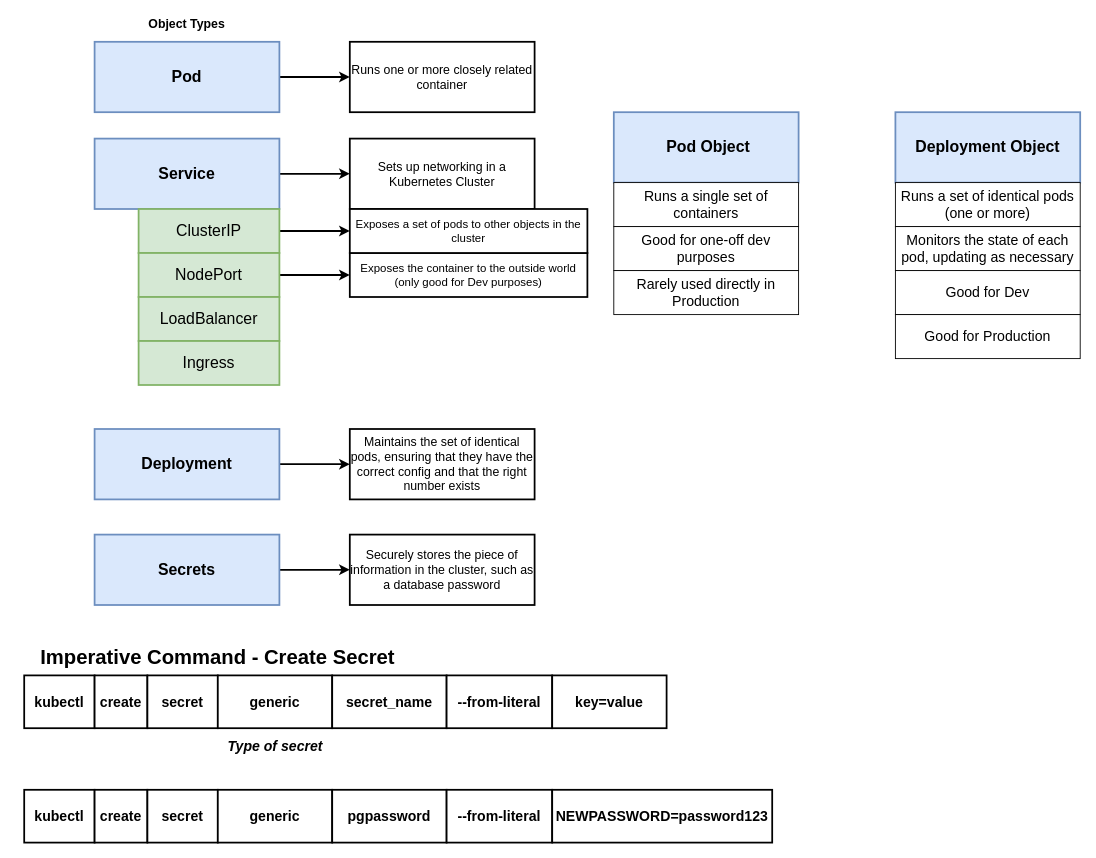
The draw.io diagram page "Pods_Services" (6 of 12) of kubernetes/Kubernetes_Cluster.drawio in micheal08/mylearningdata, before the edit. Source tidied: cells renumbered, new cells numbered last; positions are measured from the earlier drawing's top-left corner, leaving out a move shared by most shapes. Both pictures are drawn from the tidied source at 88%, with x=0, y=0 at pixel (15, 15).
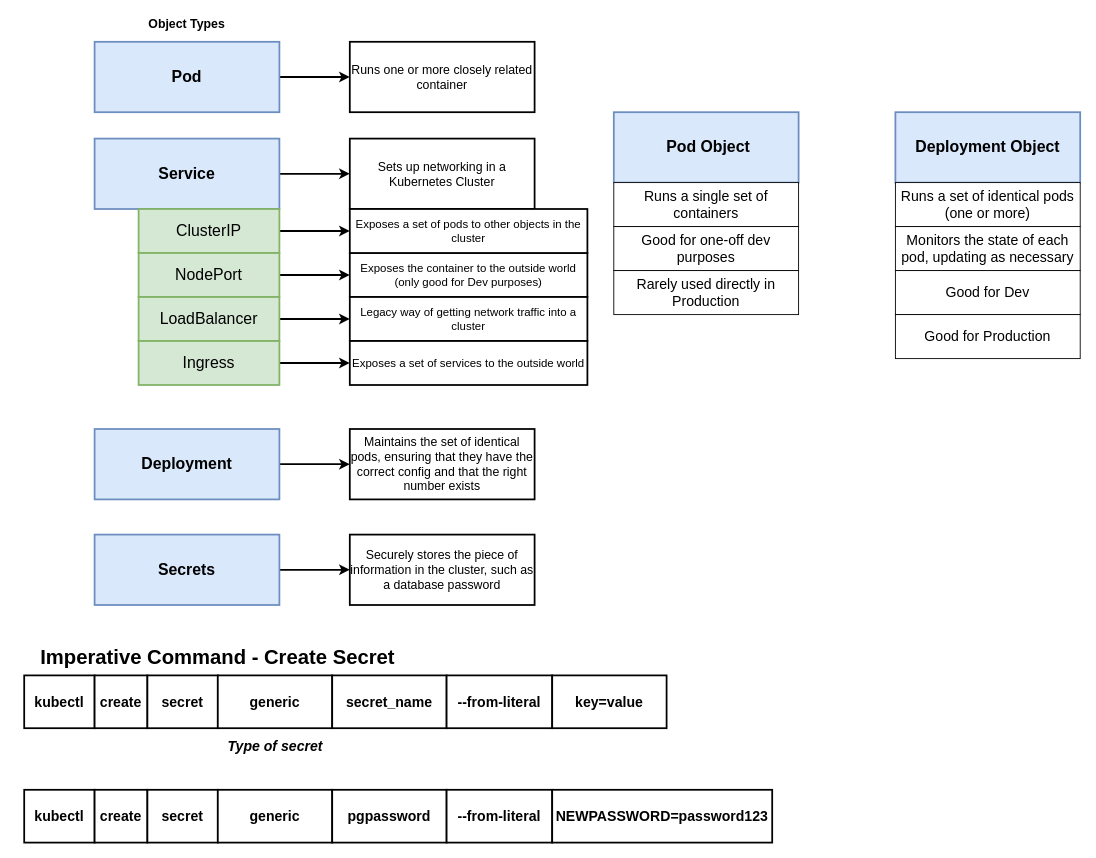
After the change.

Unchanged cells that the change refers to:
```xml
<mxCell id="14" value="LoadBalancer" style="rounded=0;whiteSpace=wrap;html=1;strokeWidth=2;fontSize=18;align=center;fillColor=#d5e8d4;strokeColor=#82b366;" parent="1" vertex="1">
  <mxGeometry x="140" y="320" width="160" height="50" as="geometry" />
</mxCell>
<mxCell id="15" value="Ingress" style="rounded=0;whiteSpace=wrap;html=1;strokeWidth=2;fontSize=18;align=center;fillColor=#d5e8d4;strokeColor=#82b366;" parent="1" vertex="1">
  <mxGeometry x="140" y="370" width="160" height="50" as="geometry" />
</mxCell>
```

Change to the diagram source:
```diff
@@
+    <mxCell id="48" style="edgeStyle=orthogonalEdgeStyle;rounded=0;jettySize=auto;html=1;strokeWidth=2;" parent="1" edge="1" source="14" target="50">
+      <mxGeometry relative="1" as="geometry" />
+    </mxCell>
@@
+    <mxCell id="49" style="edgeStyle=orthogonalEdgeStyle;rounded=0;jettySize=auto;html=1;strokeWidth=2;" parent="1" edge="1" source="15" target="51">
+      <mxGeometry relative="1" as="geometry" />
+    </mxCell>
@@
+    <mxCell id="50" value="Legacy way of getting network traffic into a cluster" style="rounded=0;whiteSpace=wrap;html=1;strokeWidth=2;fontSize=13;align=center;" parent="1" vertex="1">
+      <mxGeometry x="380" y="320" width="270" height="50" as="geometry" />
+    </mxCell>
+    <mxCell id="51" value="Exposes a set of services to the outside world" style="rounded=0;whiteSpace=wrap;html=1;strokeWidth=2;fontSize=13;align=center;" parent="1" vertex="1">
+      <mxGeometry x="380" y="370" width="270" height="50" as="geometry" />
+    </mxCell>
```
